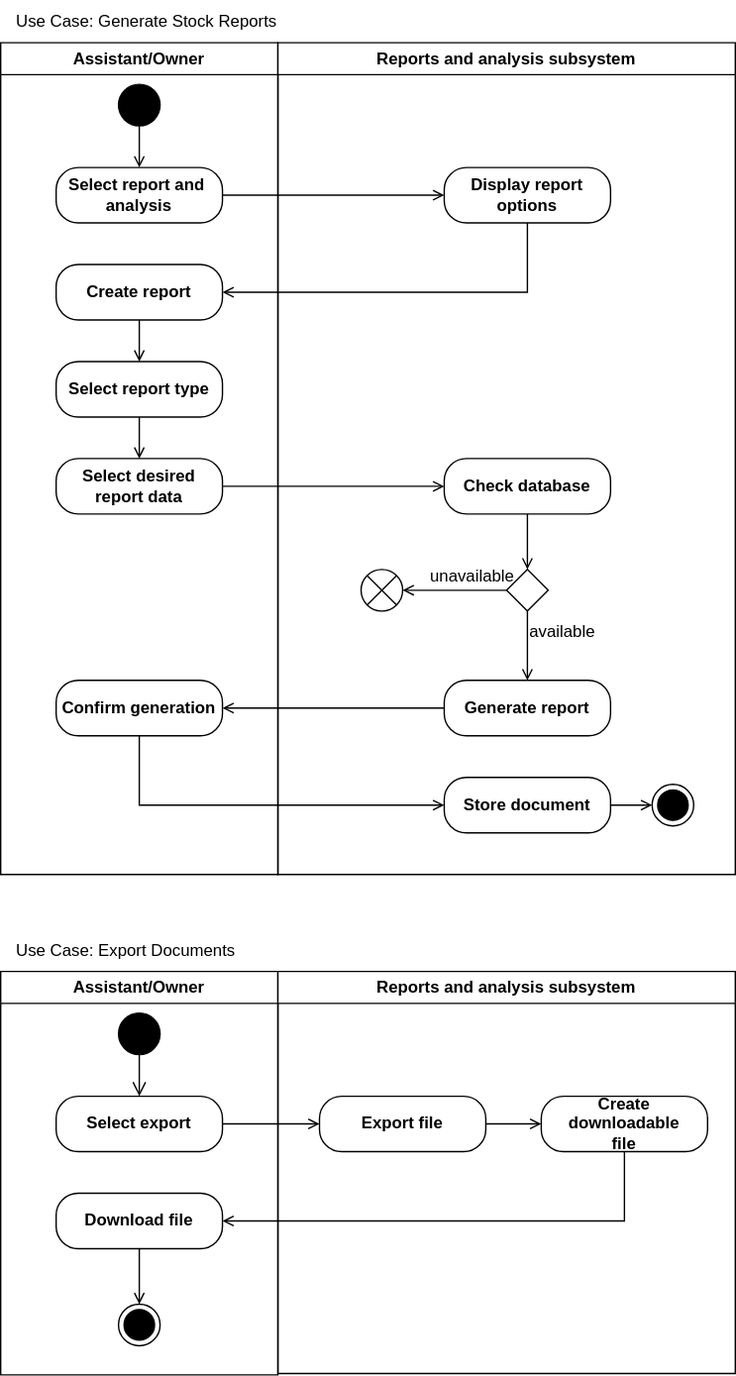
Above: Reports_analysis_Activity.svg in Simamkele88/IFM3_GP (draw.io), before the change. Source tidied: cells renumbered, new cells last; positions are measured from the earlier drawing's top-left corner, leaving out a move shared by most shapes.
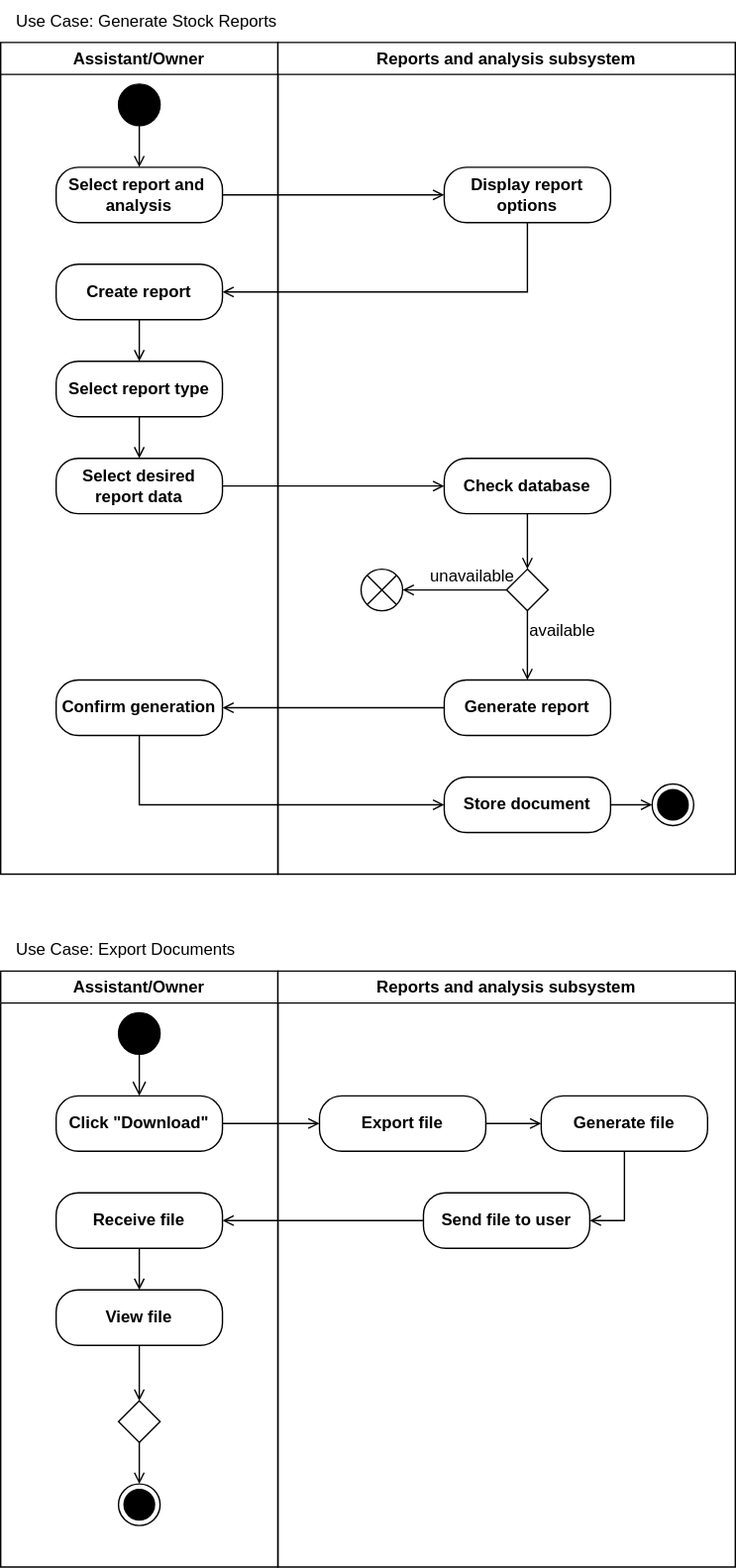
The same diagram one commit later.

The edit, as a diff of the source:
```diff
@@ -100,38 +100,61 @@
       <mxGeometry relative="1" as="geometry" />
     </mxCell>
     <mxCell id="29" value="Assistant/Owner" style="swimlane;whiteSpace=wrap;html=1;" parent="1" vertex="1">
-      <mxGeometry y="700" width="200" height="291" as="geometry" />
+      <mxGeometry y="700" width="200" height="430" as="geometry" />
     </mxCell>
     <mxCell id="30" style="edgeStyle=orthogonalEdgeStyle;html=1;verticalAlign=middle;endArrow=open;endSize=8;strokeColor=default;rounded=0;entryX=0.5;entryY=0;entryDx=0;entryDy=0;align=center;fontFamily=Helvetica;fontSize=11;fontColor=default;labelBackgroundColor=default;endFill=0;exitX=0.5;exitY=1;exitDx=0;exitDy=0;" parent="29" edge="1" source="34" target="31">
       <mxGeometry relative="1" as="geometry" />
     </mxCell>
-    <mxCell id="31" value="Select export" style="rounded=1;whiteSpace=wrap;html=1;strokeColor=default;align=center;verticalAlign=middle;arcSize=40;fontFamily=Helvetica;fontSize=12;fontColor=default;fillColor=default;fontStyle=1;" parent="29" vertex="1">
+    <mxCell id="31" value="Click &quot;Download&quot;" style="rounded=1;whiteSpace=wrap;html=1;strokeColor=default;align=center;verticalAlign=middle;arcSize=40;fontFamily=Helvetica;fontSize=12;fontColor=default;fillColor=default;fontStyle=1;" parent="29" vertex="1">
       <mxGeometry x="40" y="90" width="120" height="40" as="geometry" />
     </mxCell>
-    <mxCell id="32" value="Download file" style="rounded=1;whiteSpace=wrap;html=1;strokeColor=default;align=center;verticalAlign=middle;arcSize=40;fontFamily=Helvetica;fontSize=12;fontColor=default;fillColor=default;fontStyle=1;" parent="29" vertex="1">
+    <mxCell id="32" value="Receive file" style="rounded=1;whiteSpace=wrap;html=1;strokeColor=default;align=center;verticalAlign=middle;arcSize=40;fontFamily=Helvetica;fontSize=12;fontColor=default;fillColor=default;fontStyle=1;" parent="29" vertex="1">
       <mxGeometry x="40" y="160" width="120" height="40" as="geometry" />
     </mxCell>
-    <mxCell id="33" style="endArrow=open;html=1;rounded=0;exitX=0.5;exitY=1;exitDx=0;exitDy=0;entryX=0.5;entryY=0;entryDx=0;entryDy=0;endFill=0;edgeStyle=orthogonalEdgeStyle;" parent="29" edge="1" source="32" target="35">
+    <mxCell id="33" style="endArrow=open;html=1;rounded=0;exitX=0.5;exitY=1;exitDx=0;exitDy=0;entryX=0.5;entryY=0;entryDx=0;entryDy=0;endFill=0;edgeStyle=orthogonalEdgeStyle;" parent="29" edge="1" source="32" target="47">
       <mxGeometry relative="1" as="geometry" />
     </mxCell>
     <mxCell id="34" style="ellipse;fillColor=strokeColor;html=1;" parent="29" vertex="1">
       <mxGeometry x="85" y="30" width="30" height="30" as="geometry" />
     </mxCell>
     <mxCell id="35" style="ellipse;html=1;shape=endState;fillColor=strokeColor;" parent="29" vertex="1">
-      <mxGeometry x="85" y="240" width="30" height="30" as="geometry" />
+      <mxGeometry x="85" y="370" width="30" height="30" as="geometry" />
     </mxCell>
+    <mxCell id="46" style="rhombus;" parent="29" vertex="1">
+      <mxGeometry x="85" y="310" width="30" height="30" as="geometry" />
+    </mxCell>
+    <mxCell id="47" value="View file" style="rounded=1;whiteSpace=wrap;html=1;strokeColor=default;align=center;verticalAlign=middle;arcSize=40;fontFamily=Helvetica;fontSize=12;fontColor=default;fillColor=default;fontStyle=1;" parent="29" vertex="1">
+      <mxGeometry x="40" y="230" width="120" height="40" as="geometry" />
+    </mxCell>
+    <mxCell id="48" style="endArrow=open;html=1;rounded=0;endFill=0;edgeStyle=orthogonalEdgeStyle;exitX=0.5;exitY=1;exitDx=0;exitDy=0;entryX=0.5;entryY=0;entryDx=0;entryDy=0;" parent="29" edge="1" source="47" target="46">
+      <mxGeometry relative="1" as="geometry" />
+    </mxCell>
+    <mxCell id="49" style="endArrow=open;html=1;rounded=0;exitX=0.5;exitY=1;exitDx=0;exitDy=0;entryX=0.5;entryY=0;entryDx=0;entryDy=0;endFill=0;edgeStyle=orthogonalEdgeStyle;" parent="29" edge="1" source="46" target="35">
+      <mxGeometry relative="1" as="geometry">
+        <Array as="points">
+          <mxPoint x="100" y="340" />
+          <mxPoint x="100" y="340" />
+        </Array>
+      </mxGeometry>
+    </mxCell>
     <mxCell id="36" value="Reports and analysis subsystem" style="swimlane;whiteSpace=wrap;html=1;" parent="1" vertex="1">
-      <mxGeometry x="200" y="700" width="330" height="290" as="geometry" />
+      <mxGeometry x="200" y="700" width="330" height="430" as="geometry" />
     </mxCell>
     <mxCell id="37" value="Export file" style="rounded=1;whiteSpace=wrap;html=1;strokeColor=default;align=center;verticalAlign=middle;arcSize=40;fontFamily=Helvetica;fontSize=12;fontColor=default;fillColor=default;fontStyle=1;" parent="36" vertex="1">
       <mxGeometry x="30" y="90" width="120" height="40" as="geometry" />
     </mxCell>
-    <mxCell id="38" value="Create downloadable&lt;div&gt;file&lt;/div&gt;" style="rounded=1;whiteSpace=wrap;html=1;strokeColor=default;align=center;verticalAlign=middle;arcSize=40;fontFamily=Helvetica;fontSize=12;fontColor=default;fillColor=default;fontStyle=1;" parent="36" vertex="1">
+    <mxCell id="38" value="Generate file" style="rounded=1;whiteSpace=wrap;html=1;strokeColor=default;align=center;verticalAlign=middle;arcSize=40;fontFamily=Helvetica;fontSize=12;fontColor=default;fillColor=default;fontStyle=1;" parent="36" vertex="1">
       <mxGeometry x="190" y="90" width="120" height="40" as="geometry" />
     </mxCell>
     <mxCell id="39" style="endArrow=open;html=1;rounded=0;exitX=1;exitY=0.5;exitDx=0;exitDy=0;entryX=0;entryY=0.5;entryDx=0;entryDy=0;endFill=0;" parent="36" edge="1" source="37" target="38">
       <mxGeometry relative="1" as="geometry" />
     </mxCell>
+    <mxCell id="50" value="Send file to user" style="rounded=1;whiteSpace=wrap;html=1;strokeColor=default;align=center;verticalAlign=middle;arcSize=40;fontFamily=Helvetica;fontSize=12;fontColor=default;fillColor=default;fontStyle=1;" parent="36" vertex="1">
+      <mxGeometry x="105" y="160" width="120" height="40" as="geometry" />
+    </mxCell>
+    <mxCell id="42" style="endArrow=open;html=1;rounded=0;exitX=0.5;exitY=1;exitDx=0;exitDy=0;entryX=1;entryY=0.5;entryDx=0;entryDy=0;endFill=0;edgeStyle=orthogonalEdgeStyle;" parent="36" edge="1" source="38" target="50">
+      <mxGeometry relative="1" as="geometry" />
+    </mxCell>
     <mxCell id="40" style="endArrow=open;html=1;rounded=0;exitX=1;exitY=0.5;exitDx=0;exitDy=0;entryX=0;entryY=0.5;entryDx=0;entryDy=0;endFill=0;" parent="1" edge="1" source="31" target="37">
       <mxGeometry relative="1" as="geometry" />
     </mxCell>
@@ -142,9 +165,6 @@
         </Array>
       </mxGeometry>
     </mxCell>
-    <mxCell id="42" style="endArrow=open;html=1;rounded=0;exitX=0.5;exitY=1;exitDx=0;exitDy=0;entryX=1;entryY=0.5;entryDx=0;entryDy=0;endFill=0;edgeStyle=orthogonalEdgeStyle;" parent="1" edge="1" source="38" target="32">
-      <mxGeometry relative="1" as="geometry" />
-    </mxCell>
     <mxCell id="43" value="Use Case: Generate Stock Reports" style="text;html=1;align=center;verticalAlign=middle;strokeColor=none;fillColor=none;" parent="1" vertex="1">
       <mxGeometry width="210" height="30" as="geometry" />
     </mxCell>
@@ -154,5 +174,8 @@
     <mxCell id="45" style="endArrow=open;html=1;rounded=0;entryX=0;entryY=0.5;entryDx=0;entryDy=0;endFill=0;edgeStyle=orthogonalEdgeStyle;exitX=1;exitY=0.5;exitDx=0;exitDy=0;" parent="1" edge="1" source="9" target="20">
       <mxGeometry relative="1" as="geometry" />
     </mxCell>
+    <mxCell id="51" style="endArrow=open;html=1;rounded=0;entryX=1;entryY=0.5;entryDx=0;entryDy=0;endFill=0;edgeStyle=orthogonalEdgeStyle;exitX=0;exitY=0.5;exitDx=0;exitDy=0;" parent="1" edge="1" source="50" target="32">
+      <mxGeometry relative="1" as="geometry" />
+    </mxCell>
   </root>
 </mxGraphModel>
```
